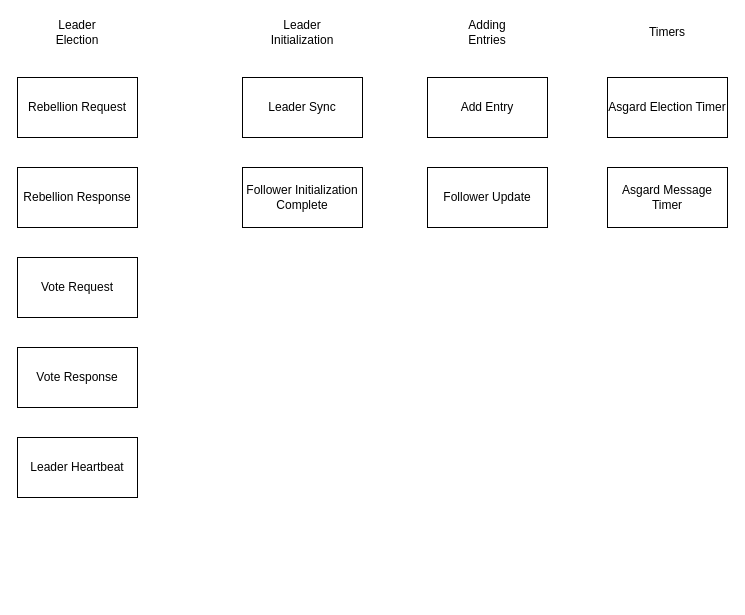
sarin1991/asgard keeps this draw.io diagram as page "Asgardian Messages" (2 of 4) of docs/arch.drawio. Above is the earlier version. Source tidied: cells renumbered, new cells numbered last; positions are measured from the earlier drawing's top-left corner, leaving out a move shared by most shapes. Both pictures are drawn from the tidied source at 100%, with x=0, y=0 at pixel (17, 17).
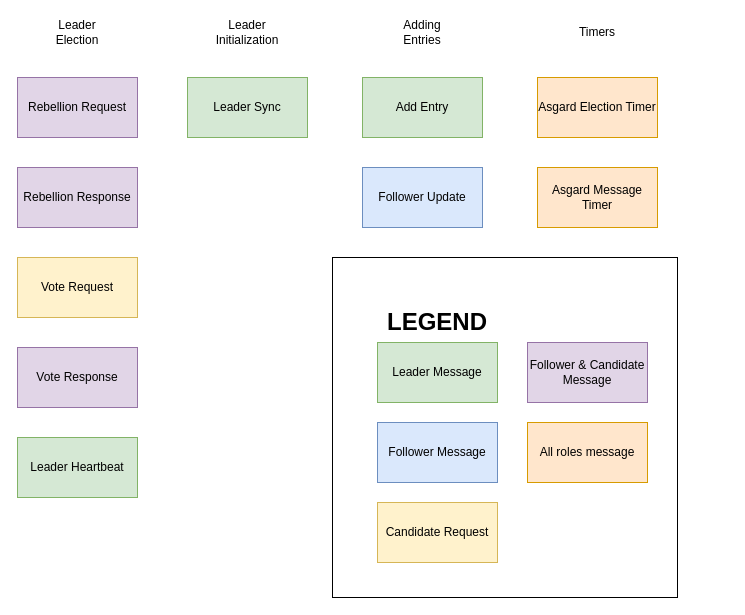
After the change.

The edit, as a diff of the source:
```diff
@@
+    <mxCell id="17" style="rounded=0;whiteSpace=wrap;html=1;fontSize=24;fillColor=#FFFFFF;" parent="1" vertex="1">
+      <mxGeometry x="315" y="240" width="345" height="340" as="geometry" />
+    </mxCell>
-    <mxCell id="2" value="Rebellion Request" style="rounded=0;whiteSpace=wrap;html=1;" parent="1" vertex="1">
+    <mxCell id="2" value="Rebellion Request" style="rounded=0;whiteSpace=wrap;html=1;fillColor=#e1d5e7;strokeColor=#9673a6;" parent="1" vertex="1">
       <mxGeometry y="60" width="120" height="60" as="geometry" />
     </mxCell>
@@
     <mxCell id="4" value="Adding Entries" style="text;html=1;strokeColor=none;fillColor=none;align=center;verticalAlign=middle;whiteSpace=wrap;rounded=0;" parent="1" vertex="1">
-      <mxGeometry x="440" width="60" height="30" as="geometry" />
+      <mxGeometry x="375" width="60" height="30" as="geometry" />
     </mxCell>
     <mxCell id="5" value="Timers" style="text;html=1;strokeColor=none;fillColor=none;align=center;verticalAlign=middle;whiteSpace=wrap;rounded=0;" parent="1" vertex="1">
-      <mxGeometry x="620" width="60" height="30" as="geometry" />
+      <mxGeometry x="550" width="60" height="30" as="geometry" />
     </mxCell>
-    <mxCell id="6" value="Rebellion Response" style="rounded=0;whiteSpace=wrap;html=1;" parent="1" vertex="1">
+    <mxCell id="6" value="Rebellion Response" style="rounded=0;whiteSpace=wrap;html=1;fillColor=#e1d5e7;strokeColor=#9673a6;" parent="1" vertex="1">
       <mxGeometry y="150" width="120" height="60" as="geometry" />
     </mxCell>
-    <mxCell id="7" value="Vote Request" style="rounded=0;whiteSpace=wrap;html=1;" parent="1" vertex="1">
+    <mxCell id="7" value="Vote Request" style="rounded=0;whiteSpace=wrap;html=1;fillColor=#fff2cc;strokeColor=#d6b656;" parent="1" vertex="1">
       <mxGeometry y="240" width="120" height="60" as="geometry" />
     </mxCell>
-    <mxCell id="8" value="Vote Response" style="rounded=0;whiteSpace=wrap;html=1;" parent="1" vertex="1">
+    <mxCell id="8" value="Vote Response" style="rounded=0;whiteSpace=wrap;html=1;fillColor=#e1d5e7;strokeColor=#9673a6;" parent="1" vertex="1">
       <mxGeometry y="330" width="120" height="60" as="geometry" />
     </mxCell>
-    <mxCell id="9" value="Leader Heartbeat" style="rounded=0;whiteSpace=wrap;html=1;" parent="1" vertex="1">
+    <mxCell id="9" value="Leader Heartbeat" style="rounded=0;whiteSpace=wrap;html=1;fillColor=#d5e8d4;strokeColor=#82b366;" parent="1" vertex="1">
       <mxGeometry y="420" width="120" height="60" as="geometry" />
     </mxCell>
-    <mxCell id="10" value="Add Entry" style="rounded=0;whiteSpace=wrap;html=1;" parent="1" vertex="1">
-      <mxGeometry x="410" y="60" width="120" height="60" as="geometry" />
+    <mxCell id="10" value="Add Entry" style="rounded=0;whiteSpace=wrap;html=1;fillColor=#d5e8d4;strokeColor=#82b366;" parent="1" vertex="1">
+      <mxGeometry x="345" y="60" width="120" height="60" as="geometry" />
     </mxCell>
-    <mxCell id="11" value="Follower Update" style="rounded=0;whiteSpace=wrap;html=1;" parent="1" vertex="1">
-      <mxGeometry x="410" y="150" width="120" height="60" as="geometry" />
+    <mxCell id="11" value="Follower Update" style="rounded=0;whiteSpace=wrap;html=1;fillColor=#dae8fc;strokeColor=#6c8ebf;" parent="1" vertex="1">
+      <mxGeometry x="345" y="150" width="120" height="60" as="geometry" />
     </mxCell>
-    <mxCell id="12" value="Asgard Election Timer" style="rounded=0;whiteSpace=wrap;html=1;" parent="1" vertex="1">
-      <mxGeometry x="590" y="60" width="120" height="60" as="geometry" />
+    <mxCell id="12" value="Asgard Election Timer" style="rounded=0;whiteSpace=wrap;html=1;fillColor=#ffe6cc;strokeColor=#d79b00;" parent="1" vertex="1">
+      <mxGeometry x="520" y="60" width="120" height="60" as="geometry" />
     </mxCell>
-    <mxCell id="13" value="Asgard Message Timer" style="rounded=0;whiteSpace=wrap;html=1;" parent="1" vertex="1">
-      <mxGeometry x="590" y="150" width="120" height="60" as="geometry" />
+    <mxCell id="13" value="Asgard Message Timer" style="rounded=0;whiteSpace=wrap;html=1;fillColor=#ffe6cc;strokeColor=#d79b00;" parent="1" vertex="1">
+      <mxGeometry x="520" y="150" width="120" height="60" as="geometry" />
     </mxCell>
     <mxCell id="14" value="Leader Initialization" style="text;html=1;strokeColor=none;fillColor=none;align=center;verticalAlign=middle;whiteSpace=wrap;rounded=0;" parent="1" vertex="1">
-      <mxGeometry x="255" width="60" height="30" as="geometry" />
+      <mxGeometry x="200" width="60" height="30" as="geometry" />
     </mxCell>
-    <mxCell id="15" value="Leader Sync" style="rounded=0;whiteSpace=wrap;html=1;" parent="1" vertex="1">
-      <mxGeometry x="225" y="60" width="120" height="60" as="geometry" />
+    <mxCell id="15" value="Leader Sync" style="rounded=0;whiteSpace=wrap;html=1;fillColor=#d5e8d4;strokeColor=#82b366;" parent="1" vertex="1">
+      <mxGeometry x="170" y="60" width="120" height="60" as="geometry" />
     </mxCell>
-    <mxCell id="16" value="Follower Initialization Complete" style="rounded=0;whiteSpace=wrap;html=1;" parent="1" vertex="1">
-      <mxGeometry x="225" y="150" width="120" height="60" as="geometry" />
-    </mxCell>
+    <mxCell id="18" value="&lt;font style=&quot;font-size: 24px;&quot;&gt;&lt;b&gt;LEGEND&lt;/b&gt;&lt;/font&gt;" style="text;html=1;strokeColor=none;fillColor=none;align=center;verticalAlign=middle;whiteSpace=wrap;rounded=0;" parent="1" vertex="1">
+      <mxGeometry x="390" y="290" width="60" height="30" as="geometry" />
+    </mxCell>
+    <mxCell id="19" value="Follower Message" style="rounded=0;whiteSpace=wrap;html=1;fillColor=#dae8fc;strokeColor=#6c8ebf;" parent="1" vertex="1">
+      <mxGeometry x="360" y="405" width="120" height="60" as="geometry" />
+    </mxCell>
+    <mxCell id="20" value="Candidate Request" style="rounded=0;whiteSpace=wrap;html=1;fillColor=#fff2cc;strokeColor=#d6b656;" parent="1" vertex="1">
+      <mxGeometry x="360" y="485" width="120" height="60" as="geometry" />
+    </mxCell>
+    <mxCell id="21" value="Follower &amp;amp; Candidate Message" style="rounded=0;whiteSpace=wrap;html=1;fillColor=#e1d5e7;strokeColor=#9673a6;" parent="1" vertex="1">
+      <mxGeometry x="510" y="325" width="120" height="60" as="geometry" />
+    </mxCell>
+    <mxCell id="22" value="All roles message" style="rounded=0;whiteSpace=wrap;html=1;fillColor=#ffe6cc;strokeColor=#d79b00;" parent="1" vertex="1">
+      <mxGeometry x="510" y="405" width="120" height="60" as="geometry" />
+    </mxCell>
+    <mxCell id="23" value="Leader Message" style="rounded=0;whiteSpace=wrap;html=1;fillColor=#d5e8d4;strokeColor=#82b366;" parent="1" vertex="1">
+      <mxGeometry x="360" y="325" width="120" height="60" as="geometry" />
+    </mxCell>
```
